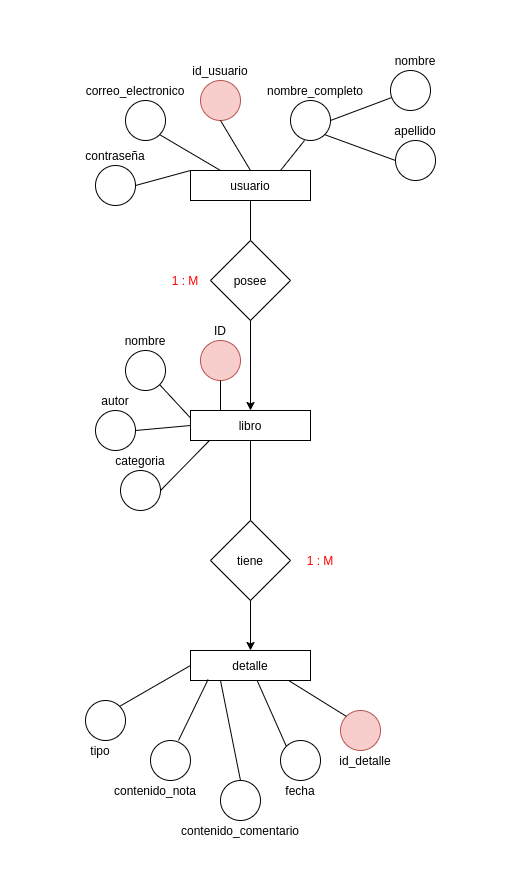
Above: docs/cuadranteTres/Modelo entidad relacion PPI.png in juanrojo2/Equipo2DEM (draw.io), before the change. Source tidied: cells renumbered, new cells last; positions are measured from the earlier drawing's top-left corner, leaving out a move shared by most shapes. Source of this version:
```xml
<mxGraphModel>
  <root>
    <mxCell id="0" />
    <mxCell id="1" parent="0" />
    <mxCell id="2" value="usuario" style="rounded=0;whiteSpace=wrap;html=1;" parent="1" vertex="1">
      <mxGeometry x="140" y="120" width="120" height="30" as="geometry" />
    </mxCell>
    <mxCell id="3" style="ellipse;whiteSpace=wrap;html=1;fillColor=#f8cecc;strokeColor=#b85450;" parent="1" vertex="1">
      <mxGeometry x="150" y="30" width="40" height="40" as="geometry" />
    </mxCell>
    <mxCell id="4" value="id_usuario" style="text;html=1;strokeColor=none;fillColor=none;align=center;verticalAlign=middle;whiteSpace=wrap;rounded=0;" parent="1" vertex="1">
      <mxGeometry x="115" y="10" width="110" height="20" as="geometry" />
    </mxCell>
    <mxCell id="5" style="ellipse;whiteSpace=wrap;html=1;" parent="1" vertex="1">
      <mxGeometry x="75" y="50" width="40" height="40" as="geometry" />
    </mxCell>
    <mxCell id="6" value="contraseña" style="text;html=1;strokeColor=none;fillColor=none;align=center;verticalAlign=middle;whiteSpace=wrap;rounded=0;" parent="1" vertex="1">
      <mxGeometry y="95" width="130" height="20" as="geometry" />
    </mxCell>
    <mxCell id="7" style="ellipse;whiteSpace=wrap;html=1;" parent="1" vertex="1">
      <mxGeometry x="45" y="115" width="40" height="40" as="geometry" />
    </mxCell>
    <mxCell id="8" value="correo_electronico" style="text;html=1;strokeColor=none;fillColor=none;align=center;verticalAlign=middle;whiteSpace=wrap;rounded=0;" parent="1" vertex="1">
      <mxGeometry y="30" width="170" height="20" as="geometry" />
    </mxCell>
    <mxCell id="9" style="ellipse;whiteSpace=wrap;html=1;" parent="1" vertex="1">
      <mxGeometry x="240" y="50" width="40" height="40" as="geometry" />
    </mxCell>
    <mxCell id="10" style="endArrow=none;html=1;entryX=0.5;entryY=1;entryDx=0;entryDy=0;exitX=0.5;exitY=0;exitDx=0;exitDy=0;" parent="1" edge="1" source="2" target="3">
      <mxGeometry relative="1" as="geometry" />
    </mxCell>
    <mxCell id="11" style="endArrow=none;html=1;exitX=0.25;exitY=0;exitDx=0;exitDy=0;entryX=1;entryY=1;entryDx=0;entryDy=0;" parent="1" edge="1" source="2" target="5">
      <mxGeometry relative="1" as="geometry" />
    </mxCell>
    <mxCell id="12" style="endArrow=none;html=1;exitX=1;exitY=0.5;exitDx=0;exitDy=0;entryX=0;entryY=0;entryDx=0;entryDy=0;" parent="1" edge="1" source="7" target="2">
      <mxGeometry relative="1" as="geometry" />
    </mxCell>
    <mxCell id="13" style="endArrow=none;html=1;entryX=0.35;entryY=1;entryDx=0;entryDy=0;entryPerimeter=0;exitX=0.75;exitY=0;exitDx=0;exitDy=0;" parent="1" edge="1" source="2" target="9">
      <mxGeometry relative="1" as="geometry" />
    </mxCell>
    <mxCell id="14" value="nombre_completo" style="text;html=1;strokeColor=none;fillColor=none;align=center;verticalAlign=middle;whiteSpace=wrap;rounded=0;" parent="1" vertex="1">
      <mxGeometry x="190" y="30" width="150" height="20" as="geometry" />
    </mxCell>
    <mxCell id="15" style="endArrow=none;html=1;exitX=1;exitY=0.5;exitDx=0;exitDy=0;" parent="1" edge="1" source="9" target="16">
      <mxGeometry relative="1" as="geometry" />
    </mxCell>
    <mxCell id="16" style="ellipse;whiteSpace=wrap;html=1;" parent="1" vertex="1">
      <mxGeometry x="340" y="20" width="40" height="40" as="geometry" />
    </mxCell>
    <mxCell id="17" value="nombre" style="text;html=1;strokeColor=none;fillColor=none;align=center;verticalAlign=middle;whiteSpace=wrap;rounded=0;" parent="1" vertex="1">
      <mxGeometry x="330" width="70" height="20" as="geometry" />
    </mxCell>
    <mxCell id="18" value="apellido" style="text;html=1;strokeColor=none;fillColor=none;align=center;verticalAlign=middle;whiteSpace=wrap;rounded=0;" parent="1" vertex="1">
      <mxGeometry x="320" y="70" width="90" height="20" as="geometry" />
    </mxCell>
    <mxCell id="19" style="ellipse;whiteSpace=wrap;html=1;" parent="1" vertex="1">
      <mxGeometry x="345" y="90" width="40" height="40" as="geometry" />
    </mxCell>
    <mxCell id="20" style="endArrow=none;html=1;entryX=1;entryY=1;entryDx=0;entryDy=0;exitX=0;exitY=0.5;exitDx=0;exitDy=0;" parent="1" edge="1" source="19" target="9">
      <mxGeometry relative="1" as="geometry" />
    </mxCell>
    <mxCell id="21" style="endArrow=none;html=1;entryX=0.5;entryY=1;entryDx=0;entryDy=0;exitX=0.5;exitY=0;exitDx=0;exitDy=0;" parent="1" edge="1" source="22" target="2">
      <mxGeometry relative="1" as="geometry" />
    </mxCell>
    <mxCell id="22" value="posee" style="rhombus;whiteSpace=wrap;html=1;" parent="1" vertex="1">
      <mxGeometry x="160" y="190" width="80" height="80" as="geometry" />
    </mxCell>
    <mxCell id="23" value="libro" style="rounded=0;whiteSpace=wrap;html=1;" parent="1" vertex="1">
      <mxGeometry x="140" y="360" width="120" height="30" as="geometry" />
    </mxCell>
    <mxCell id="24" style="endArrow=classic;html=1;exitX=0.5;exitY=1;exitDx=0;exitDy=0;" parent="1" edge="1" source="22" target="23">
      <mxGeometry relative="1" as="geometry" />
    </mxCell>
    <mxCell id="25" value="&lt;font color=&quot;#ff0000&quot;&gt;1 : M&lt;/font&gt;" style="text;html=1;strokeColor=none;fillColor=none;align=center;verticalAlign=middle;whiteSpace=wrap;rounded=0;" parent="1" vertex="1">
      <mxGeometry x="115" y="220" width="40" height="20" as="geometry" />
    </mxCell>
    <mxCell id="26" style="ellipse;whiteSpace=wrap;html=1;fillColor=#f8cecc;strokeColor=#b85450;" parent="1" vertex="1">
      <mxGeometry x="150" y="290" width="40" height="40" as="geometry" />
    </mxCell>
    <mxCell id="27" style="endArrow=none;html=1;entryX=0.5;entryY=1;entryDx=0;entryDy=0;exitX=0.25;exitY=0;exitDx=0;exitDy=0;" parent="1" edge="1" source="23" target="26">
      <mxGeometry relative="1" as="geometry" />
    </mxCell>
    <mxCell id="28" value="ID" style="text;html=1;strokeColor=none;fillColor=none;align=center;verticalAlign=middle;whiteSpace=wrap;rounded=0;" parent="1" vertex="1">
      <mxGeometry x="150" y="270" width="40" height="20" as="geometry" />
    </mxCell>
    <mxCell id="29" value="autor" style="text;html=1;strokeColor=none;fillColor=none;align=center;verticalAlign=middle;whiteSpace=wrap;rounded=0;" parent="1" vertex="1">
      <mxGeometry x="45" y="340" width="40" height="20" as="geometry" />
    </mxCell>
    <mxCell id="30" style="ellipse;whiteSpace=wrap;html=1;" parent="1" vertex="1">
      <mxGeometry x="75" y="300" width="40" height="40" as="geometry" />
    </mxCell>
    <mxCell id="31" style="endArrow=none;html=1;entryX=0;entryY=0.25;entryDx=0;entryDy=0;exitX=1;exitY=1;exitDx=0;exitDy=0;" parent="1" edge="1" source="30" target="23">
      <mxGeometry relative="1" as="geometry" />
    </mxCell>
    <mxCell id="32" style="ellipse;whiteSpace=wrap;html=1;" parent="1" vertex="1">
      <mxGeometry x="45" y="360" width="40" height="40" as="geometry" />
    </mxCell>
    <mxCell id="33" style="endArrow=none;html=1;entryX=1;entryY=0.5;entryDx=0;entryDy=0;exitX=0;exitY=0.5;exitDx=0;exitDy=0;" parent="1" edge="1" source="23" target="32">
      <mxGeometry relative="1" as="geometry" />
    </mxCell>
    <mxCell id="34" value="nombre" style="text;html=1;strokeColor=none;fillColor=none;align=center;verticalAlign=middle;whiteSpace=wrap;rounded=0;" parent="1" vertex="1">
      <mxGeometry x="75" y="280" width="40" height="20" as="geometry" />
    </mxCell>
    <mxCell id="35" value="categoria" style="text;html=1;strokeColor=none;fillColor=none;align=center;verticalAlign=middle;whiteSpace=wrap;rounded=0;" parent="1" vertex="1">
      <mxGeometry x="25" y="400" width="130" height="20" as="geometry" />
    </mxCell>
    <mxCell id="36" style="ellipse;whiteSpace=wrap;html=1;" parent="1" vertex="1">
      <mxGeometry x="70" y="420" width="40" height="40" as="geometry" />
    </mxCell>
    <mxCell id="37" style="endArrow=none;html=1;entryX=0.158;entryY=1;entryDx=0;entryDy=0;entryPerimeter=0;exitX=1;exitY=0.5;exitDx=0;exitDy=0;" parent="1" edge="1" source="36" target="23">
      <mxGeometry relative="1" as="geometry" />
    </mxCell>
    <mxCell id="38" style="endArrow=none;html=1;entryX=0.5;entryY=1;entryDx=0;entryDy=0;exitX=0.5;exitY=0;exitDx=0;exitDy=0;" parent="1" edge="1" source="39" target="23">
      <mxGeometry relative="1" as="geometry" />
    </mxCell>
    <mxCell id="39" value="tiene" style="rhombus;whiteSpace=wrap;html=1;" parent="1" vertex="1">
      <mxGeometry x="160" y="470" width="80" height="80" as="geometry" />
    </mxCell>
    <mxCell id="40" style="endArrow=classic;html=1;exitX=0.5;exitY=1;exitDx=0;exitDy=0;entryX=0.5;entryY=0;entryDx=0;entryDy=0;" parent="1" edge="1" source="39" target="41">
      <mxGeometry relative="1" as="geometry" />
    </mxCell>
    <mxCell id="41" value="detalle" style="rounded=0;whiteSpace=wrap;html=1;" parent="1" vertex="1">
      <mxGeometry x="140" y="600" width="120" height="30" as="geometry" />
    </mxCell>
    <mxCell id="42" style="ellipse;whiteSpace=wrap;html=1;fillColor=#f8cecc;strokeColor=#b85450;direction=south;" parent="1" vertex="1">
      <mxGeometry x="290" y="660" width="40" height="40" as="geometry" />
    </mxCell>
    <mxCell id="43" value="id_detalle" style="text;html=1;strokeColor=none;fillColor=none;align=center;verticalAlign=middle;whiteSpace=wrap;rounded=0;" parent="1" vertex="1">
      <mxGeometry x="280" y="700" width="70" height="20" as="geometry" />
    </mxCell>
    <mxCell id="44" style="endArrow=none;html=1;entryX=0;entryY=1;entryDx=0;entryDy=0;exitX=0.824;exitY=1.016;exitDx=0;exitDy=0;exitPerimeter=0;" parent="1" edge="1" source="41" target="42">
      <mxGeometry relative="1" as="geometry" />
    </mxCell>
    <mxCell id="45" style="ellipse;whiteSpace=wrap;html=1;" parent="1" vertex="1">
      <mxGeometry x="230" y="690" width="40" height="40" as="geometry" />
    </mxCell>
    <mxCell id="46" value="fecha" style="text;html=1;strokeColor=none;fillColor=none;align=center;verticalAlign=middle;whiteSpace=wrap;rounded=0;" parent="1" vertex="1">
      <mxGeometry x="230" y="730" width="40" height="20" as="geometry" />
    </mxCell>
    <mxCell id="47" style="endArrow=none;html=1;exitX=0;exitY=0;exitDx=0;exitDy=0;" parent="1" edge="1" source="45" target="41">
      <mxGeometry relative="1" as="geometry" />
    </mxCell>
    <mxCell id="48" value="contenido_nota" style="text;html=1;strokeColor=none;fillColor=none;align=center;verticalAlign=middle;whiteSpace=wrap;rounded=0;" parent="1" vertex="1">
      <mxGeometry x="50" y="730" width="110" height="20" as="geometry" />
    </mxCell>
    <mxCell id="49" style="ellipse;whiteSpace=wrap;html=1;" parent="1" vertex="1">
      <mxGeometry x="170" y="730" width="40" height="40" as="geometry" />
    </mxCell>
    <mxCell id="50" style="endArrow=none;html=1;entryX=0.25;entryY=1;entryDx=0;entryDy=0;exitX=0.5;exitY=0;exitDx=0;exitDy=0;" parent="1" edge="1" source="49" target="41">
      <mxGeometry relative="1" as="geometry" />
    </mxCell>
    <mxCell id="51" style="ellipse;whiteSpace=wrap;html=1;" parent="1" vertex="1">
      <mxGeometry x="100" y="690" width="40" height="40" as="geometry" />
    </mxCell>
    <mxCell id="52" style="endArrow=none;html=1;entryX=0.146;entryY=0.97;entryDx=0;entryDy=0;exitX=0.7;exitY=0;exitDx=0;exitDy=0;exitPerimeter=0;entryPerimeter=0;" parent="1" edge="1" source="51" target="41">
      <mxGeometry relative="1" as="geometry" />
    </mxCell>
    <mxCell id="53" value="contenido_comentario" style="text;html=1;strokeColor=none;fillColor=none;align=center;verticalAlign=middle;whiteSpace=wrap;rounded=0;" parent="1" vertex="1">
      <mxGeometry x="115" y="770" width="150" height="20" as="geometry" />
    </mxCell>
    <mxCell id="54" value="&lt;font color=&quot;#ff0000&quot;&gt;1 : M&lt;/font&gt;" style="text;html=1;strokeColor=none;fillColor=none;align=center;verticalAlign=middle;whiteSpace=wrap;rounded=0;" parent="1" vertex="1">
      <mxGeometry x="250" y="500" width="40" height="20" as="geometry" />
    </mxCell>
    <mxCell id="55" style="ellipse;whiteSpace=wrap;html=1;" parent="1" vertex="1">
      <mxGeometry x="35" y="650" width="40" height="40" as="geometry" />
    </mxCell>
    <mxCell id="56" style="endArrow=none;html=1;entryX=0;entryY=0.5;entryDx=0;entryDy=0;exitX=1;exitY=0;exitDx=0;exitDy=0;" parent="1" edge="1" source="55" target="41">
      <mxGeometry relative="1" as="geometry" />
    </mxCell>
    <mxCell id="57" value="tipo" style="text;html=1;strokeColor=none;fillColor=none;align=center;verticalAlign=middle;whiteSpace=wrap;rounded=0;" parent="1" vertex="1">
      <mxGeometry x="30" y="690" width="40" height="20" as="geometry" />
    </mxCell>
  </root>
</mxGraphModel>
```
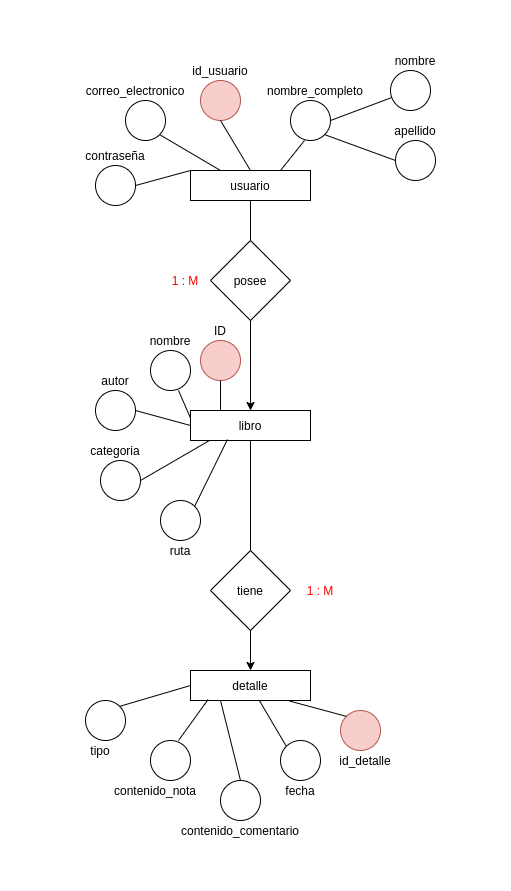
After the commit.

Commit message:
Cambios menores en docs

The edit, as a diff of the source:
```diff
@@ -84,28 +84,28 @@
       <mxGeometry x="150" y="270" width="40" height="20" as="geometry" />
     </mxCell>
     <mxCell id="29" value="autor" style="text;html=1;strokeColor=none;fillColor=none;align=center;verticalAlign=middle;whiteSpace=wrap;rounded=0;" parent="1" vertex="1">
-      <mxGeometry x="45" y="340" width="40" height="20" as="geometry" />
+      <mxGeometry x="45" y="320" width="40" height="20" as="geometry" />
     </mxCell>
     <mxCell id="30" style="ellipse;whiteSpace=wrap;html=1;" parent="1" vertex="1">
-      <mxGeometry x="75" y="300" width="40" height="40" as="geometry" />
+      <mxGeometry x="100" y="300" width="40" height="40" as="geometry" />
     </mxCell>
-    <mxCell id="31" style="endArrow=none;html=1;entryX=0;entryY=0.25;entryDx=0;entryDy=0;exitX=1;exitY=1;exitDx=0;exitDy=0;" parent="1" edge="1" source="30" target="23">
+    <mxCell id="31" style="endArrow=none;html=1;entryX=0;entryY=0.25;entryDx=0;entryDy=0;exitX=0.7;exitY=1;exitDx=0;exitDy=0;exitPerimeter=0;" parent="1" edge="1" source="30" target="23">
       <mxGeometry relative="1" as="geometry" />
     </mxCell>
     <mxCell id="32" style="ellipse;whiteSpace=wrap;html=1;" parent="1" vertex="1">
-      <mxGeometry x="45" y="360" width="40" height="40" as="geometry" />
+      <mxGeometry x="45" y="340" width="40" height="40" as="geometry" />
     </mxCell>
     <mxCell id="33" style="endArrow=none;html=1;entryX=1;entryY=0.5;entryDx=0;entryDy=0;exitX=0;exitY=0.5;exitDx=0;exitDy=0;" parent="1" edge="1" source="23" target="32">
       <mxGeometry relative="1" as="geometry" />
     </mxCell>
     <mxCell id="34" value="nombre" style="text;html=1;strokeColor=none;fillColor=none;align=center;verticalAlign=middle;whiteSpace=wrap;rounded=0;" parent="1" vertex="1">
-      <mxGeometry x="75" y="280" width="40" height="20" as="geometry" />
+      <mxGeometry x="100" y="280" width="40" height="20" as="geometry" />
     </mxCell>
     <mxCell id="35" value="categoria" style="text;html=1;strokeColor=none;fillColor=none;align=center;verticalAlign=middle;whiteSpace=wrap;rounded=0;" parent="1" vertex="1">
-      <mxGeometry x="25" y="400" width="130" height="20" as="geometry" />
+      <mxGeometry y="390" width="130" height="20" as="geometry" />
     </mxCell>
     <mxCell id="36" style="ellipse;whiteSpace=wrap;html=1;" parent="1" vertex="1">
-      <mxGeometry x="70" y="420" width="40" height="40" as="geometry" />
+      <mxGeometry x="50" y="410" width="40" height="40" as="geometry" />
     </mxCell>
     <mxCell id="37" style="endArrow=none;html=1;entryX=0.158;entryY=1;entryDx=0;entryDy=0;entryPerimeter=0;exitX=1;exitY=0.5;exitDx=0;exitDy=0;" parent="1" edge="1" source="36" target="23">
       <mxGeometry relative="1" as="geometry" />
@@ -114,13 +114,13 @@
       <mxGeometry relative="1" as="geometry" />
     </mxCell>
     <mxCell id="39" value="tiene" style="rhombus;whiteSpace=wrap;html=1;" parent="1" vertex="1">
-      <mxGeometry x="160" y="470" width="80" height="80" as="geometry" />
+      <mxGeometry x="160" y="500" width="80" height="80" as="geometry" />
     </mxCell>
     <mxCell id="40" style="endArrow=classic;html=1;exitX=0.5;exitY=1;exitDx=0;exitDy=0;entryX=0.5;entryY=0;entryDx=0;entryDy=0;" parent="1" edge="1" source="39" target="41">
       <mxGeometry relative="1" as="geometry" />
     </mxCell>
     <mxCell id="41" value="detalle" style="rounded=0;whiteSpace=wrap;html=1;" parent="1" vertex="1">
-      <mxGeometry x="140" y="600" width="120" height="30" as="geometry" />
+      <mxGeometry x="140" y="620" width="120" height="30" as="geometry" />
     </mxCell>
     <mxCell id="42" style="ellipse;whiteSpace=wrap;html=1;fillColor=#f8cecc;strokeColor=#b85450;direction=south;" parent="1" vertex="1">
       <mxGeometry x="290" y="660" width="40" height="40" as="geometry" />
@@ -159,7 +159,7 @@
       <mxGeometry x="115" y="770" width="150" height="20" as="geometry" />
     </mxCell>
     <mxCell id="54" value="&lt;font color=&quot;#ff0000&quot;&gt;1 : M&lt;/font&gt;" style="text;html=1;strokeColor=none;fillColor=none;align=center;verticalAlign=middle;whiteSpace=wrap;rounded=0;" parent="1" vertex="1">
-      <mxGeometry x="250" y="500" width="40" height="20" as="geometry" />
+      <mxGeometry x="250" y="530" width="40" height="20" as="geometry" />
     </mxCell>
     <mxCell id="55" style="ellipse;whiteSpace=wrap;html=1;" parent="1" vertex="1">
       <mxGeometry x="35" y="650" width="40" height="40" as="geometry" />
@@ -170,5 +170,14 @@
     <mxCell id="57" value="tipo" style="text;html=1;strokeColor=none;fillColor=none;align=center;verticalAlign=middle;whiteSpace=wrap;rounded=0;" parent="1" vertex="1">
       <mxGeometry x="30" y="690" width="40" height="20" as="geometry" />
     </mxCell>
+    <mxCell id="58" style="ellipse;whiteSpace=wrap;html=1;" parent="1" vertex="1">
+      <mxGeometry x="110" y="450" width="40" height="40" as="geometry" />
+    </mxCell>
+    <mxCell id="59" style="endArrow=none;html=1;entryX=0.308;entryY=0.967;entryDx=0;entryDy=0;entryPerimeter=0;exitX=1;exitY=0;exitDx=0;exitDy=0;" parent="1" edge="1" source="58" target="23">
+      <mxGeometry relative="1" as="geometry" />
+    </mxCell>
+    <mxCell id="60" value="ruta" style="text;html=1;strokeColor=none;fillColor=none;align=center;verticalAlign=middle;whiteSpace=wrap;rounded=0;" parent="1" vertex="1">
+      <mxGeometry x="110" y="490" width="40" height="20" as="geometry" />
+    </mxCell>
   </root>
 </mxGraphModel>
```
